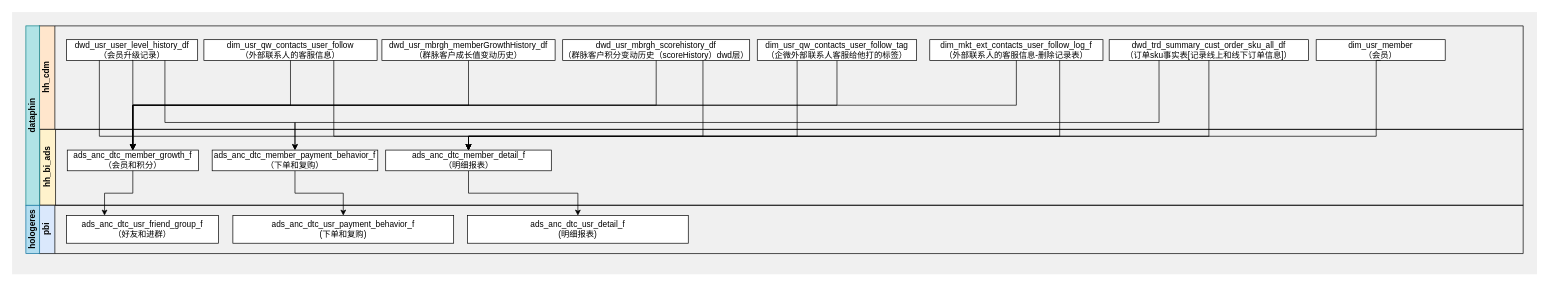
Above: 会员BI报表.drawio in ztacode/drawio (draw.io), before the change. Source tidied: cells renumbered, new cells numbered last; positions are measured from the earlier drawing's top-left corner, leaving out a move shared by most shapes. Both pictures are drawn from the tidied source at 69%, with x=0, y=0 at pixel (12, 12).
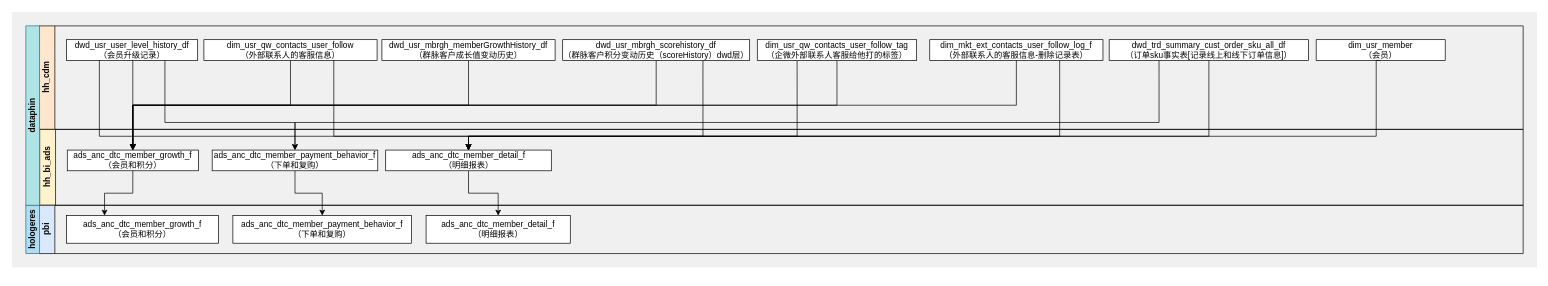
The same diagram, later.

Commit message (it also covers changes not shown here):
更新会员BI报表.drawio

The change refers to these unchanged cells:
```xml
<mxCell id="12" value="pbi" style="swimlane;horizontal=0;whiteSpace=wrap;html=1;startSize=23;fillColor=#dae8fc;strokeColor=default;" parent="1" vertex="1">
  <mxGeometry x="39" y="280" width="2151" height="70" as="geometry" />
</mxCell>
```

Diff of the diagram source:
```diff
@@
     <mxCell id="2" style="rounded=0;whiteSpace=wrap;html=1;fillColor=#F0F0F0;strokeColor=none;" parent="1" vertex="1">
-      <mxGeometry width="2210" height="380" as="geometry" />
+      <mxGeometry width="2210" height="370" as="geometry" />
     </mxCell>
@@
-    <mxCell id="13" value="ads_anc_dtc_usr_friend_group_f&lt;br&gt;（好友和进群）" style="rounded=0;whiteSpace=wrap;html=1;" parent="12" vertex="1">
+    <mxCell id="13" value="ads_anc_dtc_member_growth_f&lt;br style=&quot;border-color: var(--border-color);&quot;&gt;（会员和积分）" style="rounded=0;whiteSpace=wrap;html=1;" parent="12" vertex="1">
       <mxGeometry x="40" y="15" width="220" height="40" as="geometry" />
     </mxCell>
-    <mxCell id="14" value="ads_anc_dtc_usr_payment_behavior_f&lt;br style=&quot;border-color: var(--border-color);&quot;&gt;(下单和复购)" style="rounded=0;whiteSpace=wrap;html=1;" parent="12" vertex="1">
-      <mxGeometry x="281" y="15" width="320" height="40" as="geometry" />
+    <mxCell id="14" value="ads_anc_dtc_member_payment_behavior_f&lt;br style=&quot;border-color: var(--border-color);&quot;&gt;（下单和复购）" style="rounded=0;whiteSpace=wrap;html=1;" parent="12" vertex="1">
+      <mxGeometry x="281" y="15" width="259" height="40" as="geometry" />
     </mxCell>
-    <mxCell id="15" value="ads_anc_dtc_usr_detail_f&lt;br&gt;(明细报表&lt;span style=&quot;background-color: initial;&quot;&gt;)&lt;/span&gt;" style="rounded=0;whiteSpace=wrap;html=1;" parent="12" vertex="1">
-      <mxGeometry x="621" y="15" width="320" height="40" as="geometry" />
+    <mxCell id="15" value="ads_anc_dtc_member_detail_f&lt;br style=&quot;border-color: var(--border-color);&quot;&gt;（明细报表）" style="rounded=0;whiteSpace=wrap;html=1;" parent="12" vertex="1">
+      <mxGeometry x="561" y="15" width="209" height="40" as="geometry" />
     </mxCell>
```
